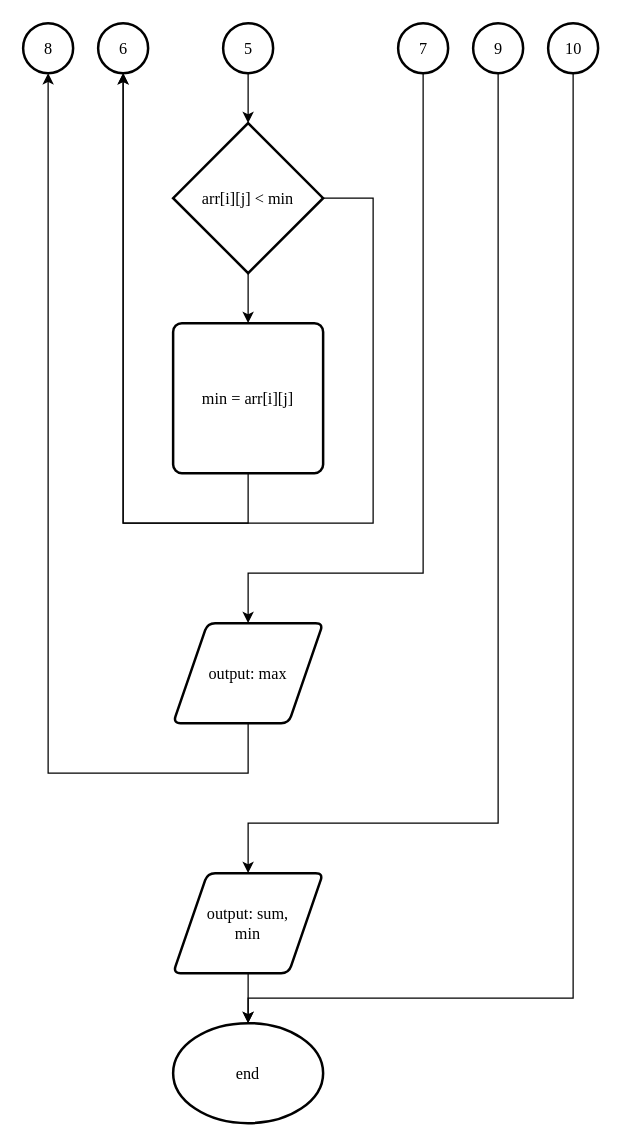
FredNekrasov/university keeps this draw.io diagram as computer_science_and_engineering_first_course_24.1/fundamentals_of_algorithmization_and_programming/pws/pw6/flowchartFiles/pw6DiagramP3.drawio. Above is the earlier version. Source tidied: cells renumbered, new cells numbered last; positions are measured from the earlier drawing's top-left corner, leaving out a move shared by most shapes. Both pictures are drawn from the tidied source at 125%, with x=0, y=0 at pixel (22, 22).
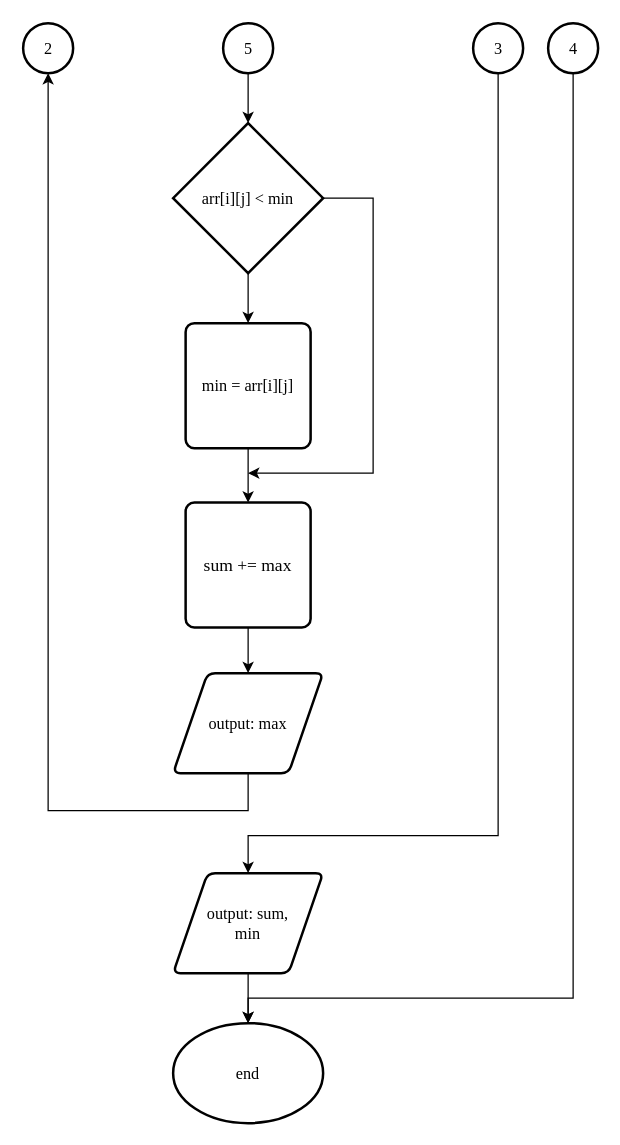
The same page after the edit.

Unchanged cells that the change refers to:
```xml
<mxCell id="2" value="&lt;span lang=&quot;EN-US&quot; style=&quot;font-size: 13px; line-height: 24px;&quot;&gt;arr&lt;/span&gt;&lt;span lang=&quot;EN-US&quot; style=&quot;line-height: 18px; font-size: 13px;&quot;&gt;[&lt;/span&gt;&lt;span lang=&quot;EN-US&quot; style=&quot;font-size: 13px; line-height: 24px;&quot;&gt;i&lt;/span&gt;&lt;span lang=&quot;EN-US&quot; style=&quot;font-size: 13px; line-height: 24px;&quot;&gt;][&lt;/span&gt;&lt;span lang=&quot;EN-US&quot; style=&quot;font-size: 13px; line-height: 24px;&quot;&gt;j&lt;/span&gt;&lt;span lang=&quot;EN-US&quot; style=&quot;font-size: 13px; line-height: 24px;&quot;&gt;]&amp;nbsp;&lt;/span&gt;&lt;span lang=&quot;EN-US&quot; style=&quot;font-size: 13px; line-height: 150%;&quot;&gt;&amp;lt; &lt;/span&gt;&lt;span lang=&quot;EN-US&quot; style=&quot;font-size: 13px; line-height: 150%;&quot;&gt;min&lt;/span&gt;" style="strokeWidth=2;html=1;shape=mxgraph.flowchart.decision;whiteSpace=wrap;fontFamily=Times New Roman;labelBackgroundColor=none;fontStyle=0;fontSize=13;fontColor=#000000;" parent="1" vertex="1">
  <mxGeometry x="120" y="80" width="120" height="120" as="geometry" />
</mxCell>
<mxCell id="18" value="output: sum,&lt;div style=&quot;font-size: 13px;&quot;&gt;min&lt;/div&gt;" style="shape=parallelogram;html=1;strokeWidth=2;perimeter=parallelogramPerimeter;whiteSpace=wrap;rounded=1;arcSize=12;size=0.23;fontFamily=Times New Roman;labelBackgroundColor=none;fontStyle=0;fontSize=13;fontColor=#000000;" parent="1" vertex="1">
  <mxGeometry x="120" y="680" width="120" height="80" as="geometry" />
</mxCell>
```

What changed in the source:
```diff
@@
     <mxCell id="3" value="&lt;span lang=&quot;EN-US&quot; style=&quot;font-size: 13px; line-height: 150%;&quot;&gt;min&amp;nbsp;&lt;/span&gt;&lt;span lang=&quot;EN-US&quot; style=&quot;line-height: 150%; font-size: 13px;&quot;&gt;= &lt;/span&gt;&lt;span lang=&quot;EN-US&quot; style=&quot;font-size: 13px; line-height: 150%;&quot;&gt;arr&lt;/span&gt;&lt;span lang=&quot;EN-US&quot; style=&quot;font-size: 13px; line-height: 150%;&quot;&gt;[&lt;/span&gt;&lt;span lang=&quot;EN-US&quot; style=&quot;font-size: 13px; line-height: 150%;&quot;&gt;i&lt;/span&gt;&lt;span lang=&quot;EN-US&quot; style=&quot;font-size: 13px; line-height: 150%;&quot;&gt;][&lt;/span&gt;&lt;span lang=&quot;EN-US&quot; style=&quot;font-size: 13px; line-height: 150%;&quot;&gt;j&lt;/span&gt;&lt;span lang=&quot;EN-US&quot; style=&quot;font-size: 13px; line-height: 150%;&quot;&gt;]&lt;/span&gt;" style="rounded=1;whiteSpace=wrap;html=1;absoluteArcSize=1;arcSize=14;strokeWidth=2;fontFamily=Times New Roman;labelBackgroundColor=none;fontStyle=0;fontSize=13;fontColor=#000000;" parent="1" vertex="1">
-      <mxGeometry x="120" y="240" width="120" height="120" as="geometry" />
+      <mxGeometry x="130" y="240" width="100" height="100" as="geometry" />
     </mxCell>
@@
-    <mxCell id="5" value="7" style="verticalLabelPosition=middle;verticalAlign=middle;html=1;shape=mxgraph.flowchart.on-page_reference;strokeWidth=2;fontFamily=Times New Roman;labelBackgroundColor=none;fontStyle=0;fontSize=13;fontColor=#000000;labelPosition=center;align=center;" parent="1" vertex="1">
-      <mxGeometry x="300" width="40" height="40" as="geometry" />
-    </mxCell>
-    <mxCell id="6" value="6" style="verticalLabelPosition=middle;verticalAlign=middle;html=1;shape=mxgraph.flowchart.on-page_reference;strokeWidth=2;fontFamily=Times New Roman;labelBackgroundColor=none;fontStyle=0;fontSize=13;fontColor=#000000;labelPosition=center;align=center;" parent="1" vertex="1">
-      <mxGeometry x="60" width="40" height="40" as="geometry" />
-    </mxCell>
-    <mxCell id="7" value="9" style="verticalLabelPosition=middle;verticalAlign=middle;html=1;shape=mxgraph.flowchart.on-page_reference;strokeWidth=2;fontFamily=Times New Roman;labelBackgroundColor=none;fontStyle=0;fontSize=13;fontColor=#000000;labelPosition=center;align=center;" parent="1" vertex="1">
+    <mxCell id="7" value="3" style="verticalLabelPosition=middle;verticalAlign=middle;html=1;shape=mxgraph.flowchart.on-page_reference;strokeWidth=2;fontFamily=Times New Roman;labelBackgroundColor=none;fontStyle=0;fontSize=13;fontColor=#000000;labelPosition=center;align=center;" parent="1" vertex="1">
       <mxGeometry x="360" width="40" height="40" as="geometry" />
     </mxCell>
@@
-    <mxCell id="10" style="endArrow=classic;html=1;rounded=0;entryX=0.5;entryY=1;entryDx=0;entryDy=0;exitX=0.5;exitY=1;exitDx=0;exitDy=0;entryPerimeter=0;fontFamily=Times New Roman;labelBackgroundColor=none;fontStyle=0;fontSize=13;fontColor=#000000;" parent="1" edge="1" source="3" target="6">
+    <mxCell id="10" style="endArrow=classic;html=1;rounded=0;exitX=0.5;exitY=1;exitDx=0;exitDy=0;fontFamily=Times New Roman;labelBackgroundColor=none;fontStyle=0;fontSize=13;fontColor=#000000;entryX=0.5;entryY=0;entryDx=0;entryDy=0;" parent="1" edge="1" source="3" target="22">
       <mxGeometry relative="1" as="geometry">
         <Array as="points">
-          <mxPoint x="180" y="400" />
-          <mxPoint x="80" y="400" />
+          <mxPoint x="180" y="360" />
         </Array>
       </mxGeometry>
     </mxCell>
-    <mxCell id="11" style="endArrow=classic;html=1;rounded=0;entryX=0.5;entryY=1;entryDx=0;entryDy=0;exitX=1;exitY=0.5;exitDx=0;exitDy=0;exitPerimeter=0;entryPerimeter=0;fontFamily=Times New Roman;labelBackgroundColor=none;fontStyle=0;fontSize=13;fontColor=#000000;" parent="1" edge="1" source="2" target="6">
+    <mxCell id="11" style="endArrow=classic;html=1;rounded=0;exitX=1;exitY=0.5;exitDx=0;exitDy=0;exitPerimeter=0;fontFamily=Times New Roman;labelBackgroundColor=none;fontStyle=0;fontSize=13;fontColor=#000000;" parent="1" edge="1" source="2">
       <mxGeometry relative="1" as="geometry">
+        <mxPoint x="180" y="360" as="targetPoint" />
         <Array as="points">
           <mxPoint x="280" y="140" />
-          <mxPoint x="280" y="400" />
-          <mxPoint x="80" y="400" />
+          <mxPoint x="280" y="360" />
         </Array>
       </mxGeometry>
     </mxCell>
-    <mxCell id="12" value="8" style="verticalLabelPosition=middle;verticalAlign=middle;html=1;shape=mxgraph.flowchart.on-page_reference;strokeWidth=2;fontFamily=Times New Roman;labelBackgroundColor=none;fontStyle=0;fontSize=13;fontColor=#000000;labelPosition=center;align=center;" parent="1" vertex="1">
+    <mxCell id="12" value="2" style="verticalLabelPosition=middle;verticalAlign=middle;html=1;shape=mxgraph.flowchart.on-page_reference;strokeWidth=2;fontFamily=Times New Roman;labelBackgroundColor=none;fontStyle=0;fontSize=13;fontColor=#000000;labelPosition=center;align=center;" parent="1" vertex="1">
       <mxGeometry width="40" height="40" as="geometry" />
     </mxCell>
-    <mxCell id="13" value="10" style="verticalLabelPosition=middle;verticalAlign=middle;html=1;shape=mxgraph.flowchart.on-page_reference;strokeWidth=2;fontFamily=Times New Roman;labelBackgroundColor=none;fontStyle=0;fontSize=13;fontColor=#000000;labelPosition=center;align=center;" parent="1" vertex="1">
+    <mxCell id="13" value="4" style="verticalLabelPosition=middle;verticalAlign=middle;html=1;shape=mxgraph.flowchart.on-page_reference;strokeWidth=2;fontFamily=Times New Roman;labelBackgroundColor=none;fontStyle=0;fontSize=13;fontColor=#000000;labelPosition=center;align=center;" parent="1" vertex="1">
       <mxGeometry x="420" width="40" height="40" as="geometry" />
     </mxCell>
     <mxCell id="14" value="output: max" style="shape=parallelogram;html=1;strokeWidth=2;perimeter=parallelogramPerimeter;whiteSpace=wrap;rounded=1;arcSize=12;size=0.23;fontFamily=Times New Roman;labelBackgroundColor=none;fontStyle=0;fontSize=13;fontColor=#000000;" parent="1" vertex="1">
-      <mxGeometry x="120" y="480" width="120" height="80" as="geometry" />
+      <mxGeometry x="120" y="520" width="120" height="80" as="geometry" />
     </mxCell>
-    <mxCell id="15" style="endArrow=classic;html=1;rounded=0;entryX=0.5;entryY=0;entryDx=0;entryDy=0;exitX=0.5;exitY=1;exitDx=0;exitDy=0;exitPerimeter=0;fontFamily=Times New Roman;labelBackgroundColor=none;fontStyle=0;fontSize=13;fontColor=#000000;" parent="1" edge="1" source="5" target="14">
-      <mxGeometry relative="1" as="geometry">
-        <Array as="points">
-          <mxPoint x="320" y="440" />
-          <mxPoint x="180" y="440" />
-        </Array>
-      </mxGeometry>
-    </mxCell>
     <mxCell id="16" style="endArrow=classic;html=1;rounded=0;exitX=0.5;exitY=1;exitDx=0;exitDy=0;entryX=0.5;entryY=1;entryDx=0;entryDy=0;entryPerimeter=0;fontFamily=Times New Roman;labelBackgroundColor=none;fontStyle=0;fontSize=13;fontColor=#000000;" parent="1" edge="1" source="14" target="12">
       <mxGeometry relative="1" as="geometry">
         <Array as="points">
-          <mxPoint x="180" y="600" />
-          <mxPoint x="20" y="600" />
+          <mxPoint x="180" y="630" />
+          <mxPoint x="20" y="630" />
         </Array>
       </mxGeometry>
     </mxCell>
     <mxCell id="17" style="endArrow=classic;html=1;rounded=0;entryX=0.5;entryY=0;entryDx=0;entryDy=0;exitX=0.5;exitY=1;exitDx=0;exitDy=0;exitPerimeter=0;fontFamily=Times New Roman;labelBackgroundColor=none;fontStyle=0;fontSize=13;fontColor=#000000;" parent="1" edge="1" source="7" target="18">
       <mxGeometry relative="1" as="geometry">
         <Array as="points">
-          <mxPoint x="380" y="640" />
-          <mxPoint x="180" y="640" />
+          <mxPoint x="380" y="650" />
+          <mxPoint x="180" y="650" />
         </Array>
       </mxGeometry>
     </mxCell>
@@
+    <mxCell id="22" value="&lt;span style=&quot;font-size: 14px; line-height: 19.5px;&quot; lang=&quot;EN-US&quot;&gt;sum&amp;nbsp;&lt;/span&gt;&lt;span style=&quot;font-size: 14px; line-height: 19.5px;&quot; lang=&quot;EN-US&quot;&gt;+=&amp;nbsp;max&lt;/span&gt;" style="rounded=1;whiteSpace=wrap;html=1;absoluteArcSize=1;arcSize=14;strokeWidth=2;fontFamily=Times New Roman;labelBackgroundColor=none;fontStyle=0;fontSize=13;fontColor=#000000;" parent="1" vertex="1">
+      <mxGeometry x="130" y="383.5" width="100" height="100" as="geometry" />
+    </mxCell>
+    <mxCell id="23" style="endArrow=classic;html=1;rounded=0;exitX=0.5;exitY=1;exitDx=0;exitDy=0;fontFamily=Times New Roman;labelBackgroundColor=none;fontStyle=0;fontSize=13;fontColor=#000000;entryX=0.5;entryY=0;entryDx=0;entryDy=0;" parent="1" edge="1" source="22" target="14">
+      <mxGeometry relative="1" as="geometry" />
+    </mxCell>
```
